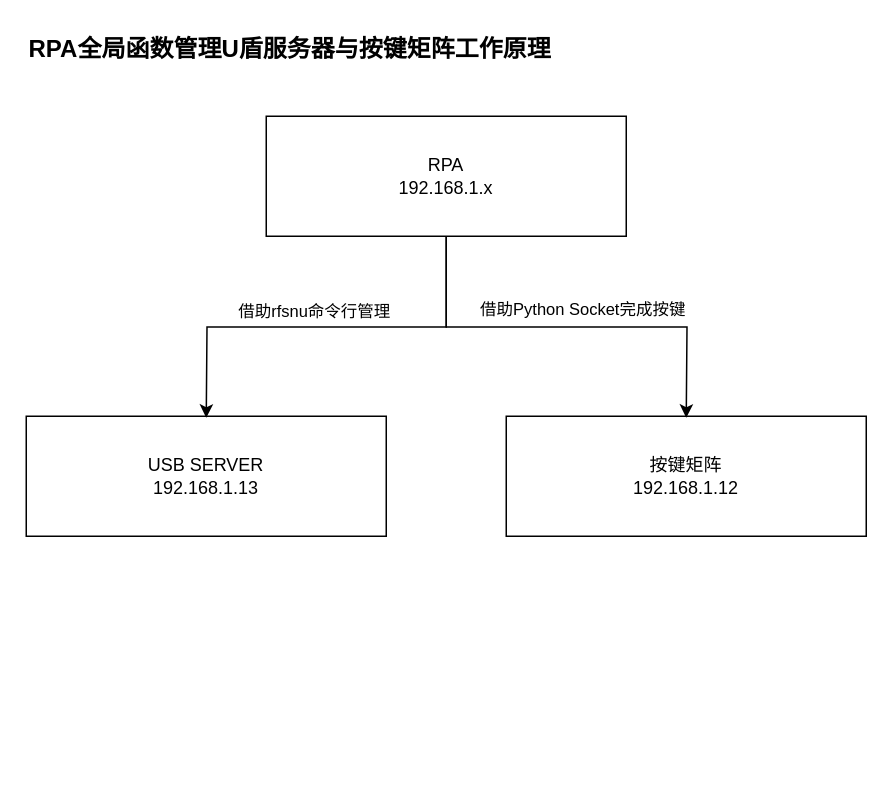
This is page "0001" (1 of 3) of src/main/work/cdjh/20231008094651.drawio from ab-doc/draw.io, a draw.io file, before an edit. Source tidied: cells renumbered, new cells numbered last; positions are measured from the earlier drawing's top-left corner, leaving out a move shared by most shapes. Both pictures are drawn from the tidied source at 150%, with x=0, y=0 at pixel (26, 26).
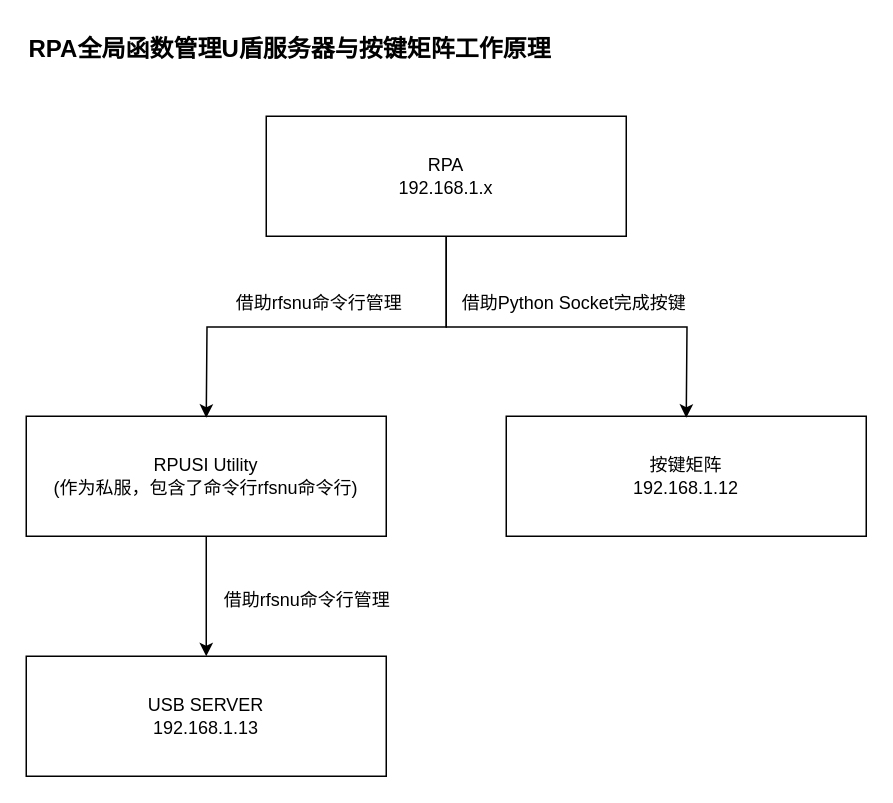
Above is the later version.

Change to the diagram source:
```diff
@@
 <mxGraphModel>
   <root>
     <mxCell id="0" />
     <mxCell id="1" parent="0" />
     <mxCell id="2" value="&lt;b style=&quot;font-size: 16px;&quot;&gt;RPA全局函数管理U盾服务器与按键矩阵工作原理&lt;/b&gt;" style="text;html=1;align=left;verticalAlign=middle;strokeColor=none;fillColor=none;fontSize=16;rounded=0;labelBackgroundColor=none;" parent="1" vertex="1">
       <mxGeometry width="370" height="30" as="geometry" />
     </mxCell>
+    <mxCell id="10" style="edgeStyle=orthogonalEdgeStyle;rounded=0;jettySize=auto;html=1;" parent="1" edge="1" source="3" target="11">
+      <mxGeometry relative="1" as="geometry" />
+    </mxCell>
-    <mxCell id="3" value="USB SERVER&lt;br&gt;192.168.1.13" style="rounded=0;whiteSpace=wrap;html=1;" parent="1" vertex="1">
+    <mxCell id="3" value="RPUSI Utility&lt;br&gt;(作为私服，包含了命令行rfsnu命令行)" style="rounded=0;whiteSpace=wrap;html=1;" parent="1" vertex="1">
       <mxGeometry y="260" width="240" height="80" as="geometry" />
     </mxCell>
     <mxCell id="4" value="按键矩阵&lt;br&gt;192.168.1.12" style="rounded=0;whiteSpace=wrap;html=1;" parent="1" vertex="1">
       <mxGeometry x="320" y="260" width="240" height="80" as="geometry" />
     </mxCell>
     <mxCell id="5" style="edgeStyle=orthogonalEdgeStyle;rounded=0;jettySize=auto;html=1;exitX=0.5;exitY=1;exitDx=0;exitDy=0;" parent="1" edge="1" source="9">
       <mxGeometry relative="1" as="geometry">
         <mxPoint x="120" y="261" as="targetPoint" />
       </mxGeometry>
     </mxCell>
-    <mxCell id="6" value="借助rfsnu命令行管理" style="edgeLabel;html=1;align=center;verticalAlign=middle;" parent="5" vertex="1">
-      <mxGeometry x="0.06" relative="1" as="geometry">
-        <mxPoint y="-11" as="offset" />
-      </mxGeometry>
-    </mxCell>
     <mxCell id="7" style="edgeStyle=orthogonalEdgeStyle;rounded=0;jettySize=auto;html=1;exitX=0.5;exitY=1;exitDx=0;exitDy=0;strokeColor=#000000;" parent="1" edge="1" source="9">
       <mxGeometry relative="1" as="geometry">
         <mxPoint x="440" y="261" as="targetPoint" />
       </mxGeometry>
     </mxCell>
+    <mxCell id="9" value="RPA&lt;br&gt;192.168.1.x" style="rounded=0;whiteSpace=wrap;html=1;" parent="1" vertex="1">
+      <mxGeometry x="160" y="60" width="240" height="80" as="geometry" />
+    </mxCell>
+    <mxCell id="11" value="USB SERVER&lt;br&gt;192.168.1.13" style="rounded=0;whiteSpace=wrap;html=1;" parent="1" vertex="1">
+      <mxGeometry y="420" width="240" height="80" as="geometry" />
+    </mxCell>
+    <mxCell id="12" value="借助rfsnu命令行管理" style="text;html=1;align=center;verticalAlign=middle;strokeColor=none;fillColor=none;" parent="1" vertex="1">
+      <mxGeometry x="122" y="368" width="130" height="30" as="geometry" />
+    </mxCell>
+    <mxCell id="13" value="借助rfsnu命令行管理" style="text;html=1;align=center;verticalAlign=middle;strokeColor=none;fillColor=none;" parent="1" vertex="1">
+      <mxGeometry x="130" y="170" width="130" height="30" as="geometry" />
+    </mxCell>
-    <mxCell id="8" value="借助Python Socket完成按键" style="edgeLabel;html=1;align=center;verticalAlign=middle;" parent="7" vertex="1">
-      <mxGeometry x="-0.08" y="-2" relative="1" as="geometry">
-        <mxPoint x="22" y="-14" as="offset" />
-      </mxGeometry>
+    <mxCell id="8" value="借助Python Socket完成按键" style="text;html=1;align=center;verticalAlign=middle;strokeColor=none;fillColor=none;" parent="1" vertex="1">
+      <mxGeometry x="280" y="170" width="170" height="30" as="geometry" />
     </mxCell>
-    <mxCell id="9" value="RPA&lt;br&gt;192.168.1.x" style="rounded=0;whiteSpace=wrap;html=1;" parent="1" vertex="1">
-      <mxGeometry x="160" y="60" width="240" height="80" as="geometry" />
-    </mxCell>
   </root>
 </mxGraphModel>
```
